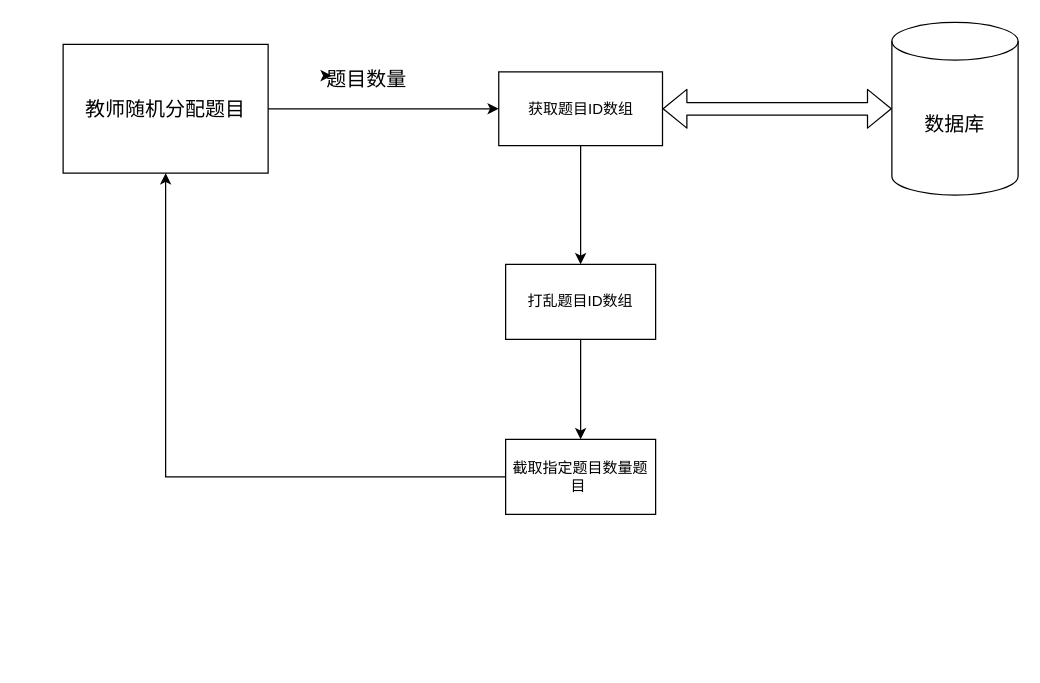
Earlier version of the draw.io diagram examinationSystemVue/src/4-3-5.drawio (Sakeyuan/Web-ExaminationSystem). Source tidied: cells renumbered, new cells numbered last; positions are measured from the earlier drawing's top-left corner, leaving out a move shared by most shapes. Both pictures are drawn from the tidied source at 125%, with x=0, y=0 at pixel (62, 22).
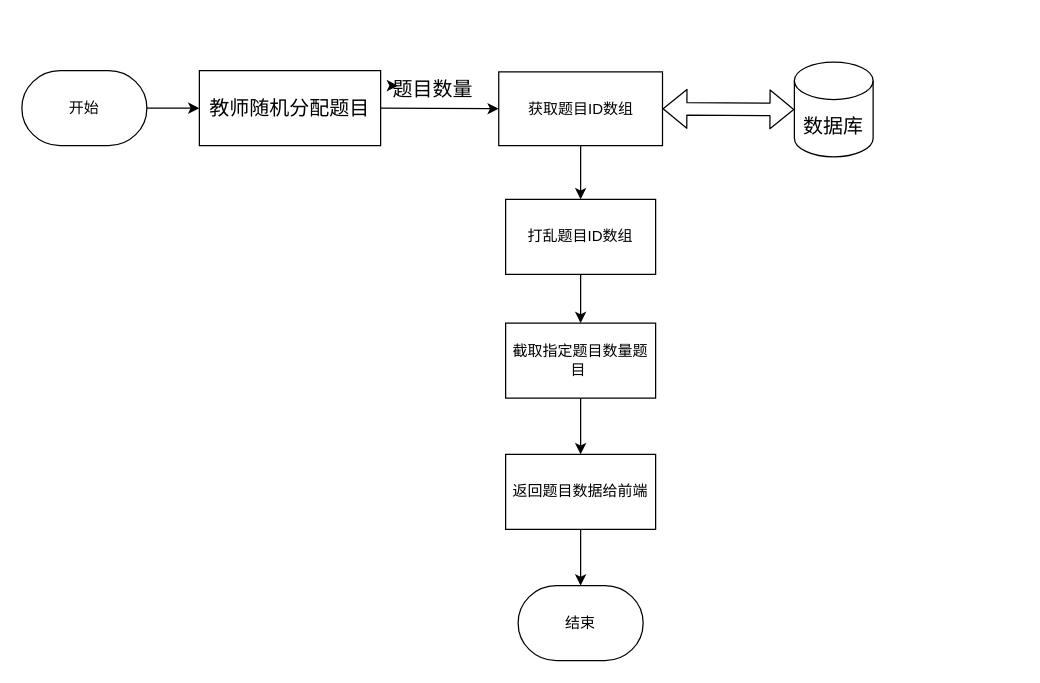
The same diagram, later.

Change to the diagram source:
```diff
@@
 <mxGraphModel background="#ffffff">
   <root>
     <mxCell id="0" />
     <mxCell id="1" parent="0" />
-    <mxCell id="2" style="edgeStyle=none;html=1;exitX=1;exitY=0.5;exitDx=0;exitDy=0;entryX=0;entryY=0.5;entryDx=0;entryDy=0;fontSize=16;strokeColor=#000000;" parent="1" edge="1" source="3" target="6">
+    <mxCell id="2" style="edgeStyle=none;html=1;exitX=1;exitY=0.5;exitDx=0;exitDy=0;entryX=0;entryY=0.5;entryDx=0;entryDy=0;fontSize=16;strokeColor=#000000;fontColor=#000000;strokeWidth=1;" parent="1" edge="1" source="3" target="6">
       <mxGeometry relative="1" as="geometry" />
     </mxCell>
-    <mxCell id="3" value="&lt;font style=&quot;font-size: 16px;&quot;&gt;教师随机分配题目&lt;/font&gt;" style="rounded=0;whiteSpace=wrap;html=1;" parent="1" vertex="1">
-      <mxGeometry y="17" width="164" height="103" as="geometry" />
+    <mxCell id="3" value="&lt;font style=&quot;font-size: 16px;&quot;&gt;教师随机分配题目&lt;/font&gt;" style="rounded=0;whiteSpace=wrap;html=1;fillColor=#FFFFFF;strokeColor=#000000;fontColor=#000000;strokeWidth=1;" parent="1" vertex="1">
+      <mxGeometry x="109" y="38" width="145" height="60" as="geometry" />
     </mxCell>
-    <mxCell id="4" style="edgeStyle=none;html=1;exitX=0;exitY=0.5;exitDx=0;exitDy=0;entryX=0.5;entryY=1;entryDx=0;entryDy=0;strokeColor=#000000;fontSize=16;fontColor=#000000;rounded=0;" parent="1" edge="1" source="13" target="3">
-      <mxGeometry relative="1" as="geometry">
-        <Array as="points">
-          <mxPoint x="82" y="363" />
-        </Array>
-      </mxGeometry>
-    </mxCell>
-    <mxCell id="5" style="edgeStyle=none;html=1;fontColor=#000000;strokeColor=#000000;" parent="1" edge="1" source="6" target="12">
+    <mxCell id="5" style="edgeStyle=none;html=1;fontColor=#000000;strokeColor=#000000;strokeWidth=1;" parent="1" edge="1" source="6" target="12">
       <mxGeometry relative="1" as="geometry" />
     </mxCell>
-    <mxCell id="6" value="&lt;span style=&quot;color: rgb(0, 0, 0);&quot;&gt;获取题目ID数组&lt;/span&gt;" style="rounded=0;whiteSpace=wrap;html=1;" parent="1" vertex="1">
+    <mxCell id="6" value="&lt;span style=&quot;&quot;&gt;获取题目ID数组&lt;/span&gt;" style="rounded=0;whiteSpace=wrap;html=1;fillColor=#FFFFFF;strokeColor=#000000;fontColor=#000000;strokeWidth=1;" parent="1" vertex="1">
       <mxGeometry x="348.5" y="39" width="131" height="59" as="geometry" />
     </mxCell>
-    <mxCell id="7" value="&lt;p class=&quot;MsoNormal&quot;&gt;&lt;span&gt;&lt;font color=&quot;#000000&quot; face=&quot;Calibri&quot;&gt;题目数量&lt;/font&gt;&lt;/span&gt;&lt;/p&gt;" style="text;whiteSpace=wrap;html=1;fontSize=16;" parent="1" vertex="1">
-      <mxGeometry x="209" y="13" width="77" height="58" as="geometry" />
+    <mxCell id="7" value="&lt;p class=&quot;MsoNormal&quot;&gt;&lt;span&gt;&lt;font face=&quot;Calibri&quot;&gt;题目数量&lt;/font&gt;&lt;/span&gt;&lt;/p&gt;" style="text;whiteSpace=wrap;html=1;fontSize=16;fontColor=#000000;strokeWidth=1;" parent="1" vertex="1">
+      <mxGeometry x="262" y="21" width="77" height="58" as="geometry" />
     </mxCell>
-    <mxCell id="8" value="数据库" style="shape=cylinder3;whiteSpace=wrap;html=1;boundedLbl=1;backgroundOutline=1;size=15;fontSize=16;fontColor=#000000;" parent="1" vertex="1">
-      <mxGeometry x="663" y="-0.5" width="101" height="138" as="geometry" />
+    <mxCell id="8" value="数据库" style="shape=cylinder3;whiteSpace=wrap;html=1;boundedLbl=1;backgroundOutline=1;size=15;fontSize=16;fontColor=#000000;fillColor=#FFFFFF;strokeColor=#000000;strokeWidth=1;" parent="1" vertex="1">
+      <mxGeometry x="585" y="31.1" width="63" height="75.9" as="geometry" />
     </mxCell>
-    <mxCell id="9" style="shape=flexArrow;endArrow=classic;startArrow=classic;html=1;strokeColor=#000000;fontSize=16;fontColor=#000000;entryX=0;entryY=0.5;entryDx=0;entryDy=0;entryPerimeter=0;exitX=1;exitY=0.5;exitDx=0;exitDy=0;" parent="1" edge="1" source="6" target="8">
+    <mxCell id="9" style="shape=flexArrow;endArrow=classic;startArrow=classic;html=1;strokeColor=#000000;fontSize=16;fontColor=#000000;entryX=0;entryY=0.5;entryDx=0;entryDy=0;entryPerimeter=0;exitX=1;exitY=0.5;exitDx=0;exitDy=0;strokeWidth=1;" parent="1" edge="1" source="6" target="8">
       <mxGeometry relative="1" as="geometry" />
     </mxCell>
-    <mxCell id="10" style="edgeStyle=none;html=1;exitX=0;exitY=0.5;exitDx=0;exitDy=0;entryX=0.077;entryY=0.5;entryDx=0;entryDy=0;entryPerimeter=0;" parent="1" edge="1" source="7" target="7">
+    <mxCell id="10" style="edgeStyle=none;html=1;exitX=0;exitY=0.5;exitDx=0;exitDy=0;entryX=0.077;entryY=0.5;entryDx=0;entryDy=0;entryPerimeter=0;fontColor=#000000;strokeWidth=1;" parent="1" edge="1" source="7" target="7">
       <mxGeometry relative="1" as="geometry" />
     </mxCell>
-    <mxCell id="11" style="edgeStyle=none;html=1;strokeColor=#000000;fontColor=#000000;" parent="1" edge="1" source="12" target="13">
+    <mxCell id="11" style="edgeStyle=none;html=1;strokeColor=#000000;fontColor=#000000;strokeWidth=1;" parent="1" edge="1" source="12" target="13">
       <mxGeometry relative="1" as="geometry" />
     </mxCell>
-    <mxCell id="12" value="打乱题目ID数组" style="whiteSpace=wrap;html=1;rounded=0;" parent="1" vertex="1">
-      <mxGeometry x="354" y="193" width="120" height="60" as="geometry" />
+    <mxCell id="12" value="打乱题目ID数组" style="whiteSpace=wrap;html=1;rounded=0;fillColor=#FFFFFF;strokeColor=#000000;fontColor=#000000;strokeWidth=1;" parent="1" vertex="1">
+      <mxGeometry x="354" y="141" width="120" height="60" as="geometry" />
     </mxCell>
+    <mxCell id="14" style="edgeStyle=none;html=1;strokeColor=#000000;fontColor=#000000;strokeWidth=1;" parent="1" edge="1" source="13" target="18">
+      <mxGeometry relative="1" as="geometry" />
+    </mxCell>
-    <mxCell id="13" value="截取指定题目数量题目&amp;nbsp;" style="whiteSpace=wrap;html=1;rounded=0;" parent="1" vertex="1">
-      <mxGeometry x="354" y="333" width="120" height="60" as="geometry" />
+    <mxCell id="13" value="截取指定题目数量题目&amp;nbsp;" style="whiteSpace=wrap;html=1;rounded=0;fillColor=#FFFFFF;strokeColor=#000000;fontColor=#000000;strokeWidth=1;" parent="1" vertex="1">
+      <mxGeometry x="354" y="240" width="120" height="60" as="geometry" />
     </mxCell>
+    <mxCell id="15" style="edgeStyle=none;html=1;exitX=1;exitY=0.5;exitDx=0;exitDy=0;exitPerimeter=0;entryX=0;entryY=0.5;entryDx=0;entryDy=0;strokeColor=#000000;fontColor=#000000;strokeWidth=1;" parent="1" edge="1" source="16" target="3">
+      <mxGeometry relative="1" as="geometry" />
+    </mxCell>
+    <mxCell id="16" value="开始" style="strokeWidth=1;html=1;shape=mxgraph.flowchart.terminator;whiteSpace=wrap;fillColor=#FFFFFF;strokeColor=#000000;fontColor=#000000;" parent="1" vertex="1">
+      <mxGeometry x="-33" y="38" width="100" height="60" as="geometry" />
+    </mxCell>
+    <mxCell id="17" style="edgeStyle=none;html=1;exitX=0.5;exitY=1;exitDx=0;exitDy=0;entryX=0.5;entryY=0;entryDx=0;entryDy=0;entryPerimeter=0;strokeColor=#000000;fontColor=#000000;strokeWidth=1;" parent="1" edge="1" source="18" target="19">
+      <mxGeometry relative="1" as="geometry" />
+    </mxCell>
+    <mxCell id="18" value="返回题目数据给前端" style="whiteSpace=wrap;html=1;rounded=0;fillColor=#FFFFFF;strokeColor=#000000;fontColor=#000000;strokeWidth=1;" parent="1" vertex="1">
+      <mxGeometry x="354" y="345" width="120" height="60" as="geometry" />
+    </mxCell>
+    <mxCell id="19" value="结束" style="strokeWidth=1;html=1;shape=mxgraph.flowchart.terminator;whiteSpace=wrap;fillColor=#FFFFFF;strokeColor=#000000;fontColor=#000000;" parent="1" vertex="1">
+      <mxGeometry x="364" y="450" width="100" height="60" as="geometry" />
+    </mxCell>
   </root>
 </mxGraphModel>
```
